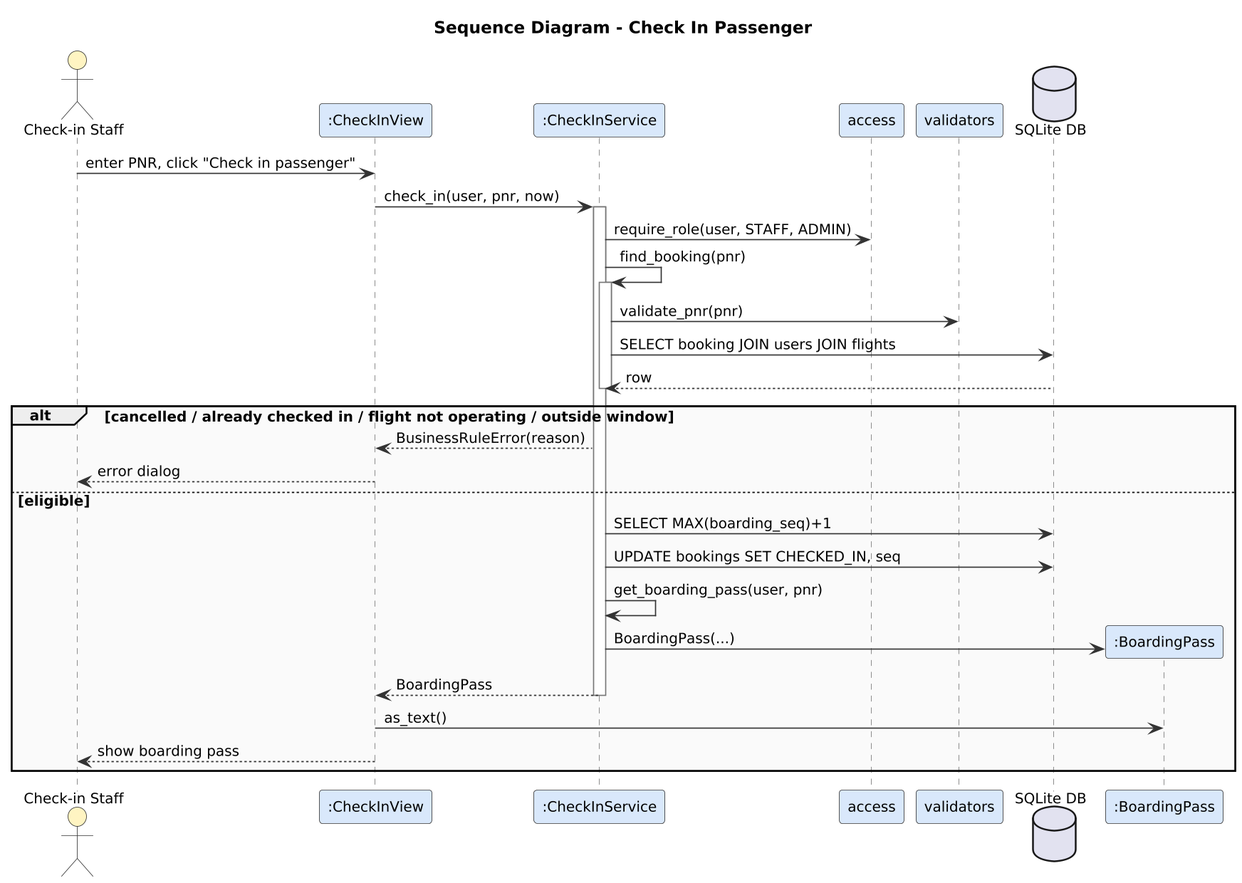
praksingh-2702/AirportMS keeps this PlantUML diagram as docs/uml/sequence_checkin.png. Above is the earlier version.
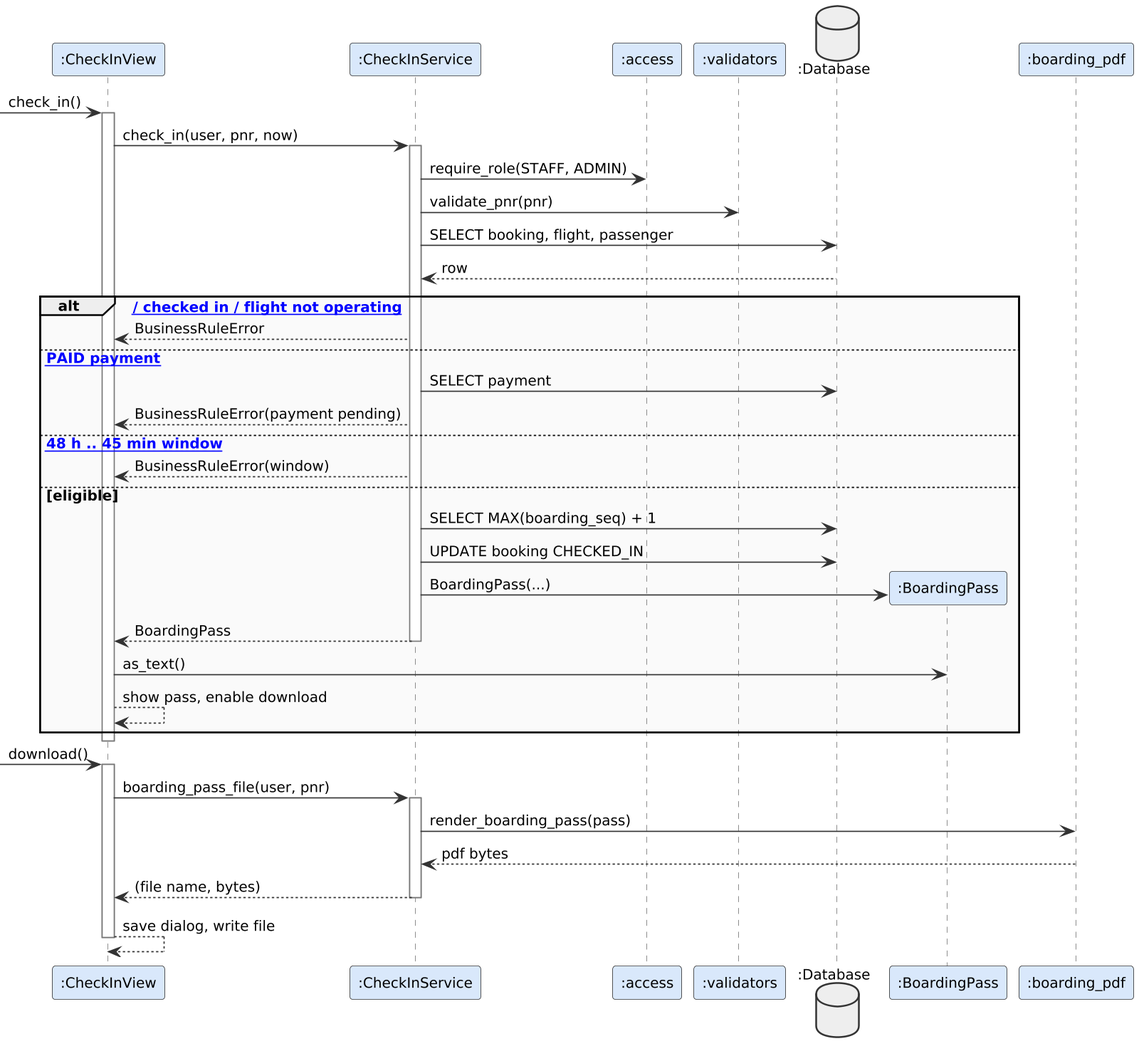
Above is the later version.

Diff of the diagram source:
```diff
@@ -1,34 +1,45 @@
 @startuml
 !include _style.iuml
-title Sequence Diagram - Check In Passenger
-actor "Check-in Staff" as Staff
 participant ":CheckInView" as CV
 participant ":CheckInService" as CS
-participant "access" as AC
-participant "validators" as V
-database "SQLite DB" as DB
+participant ":access" as AC
+participant ":validators" as V
+database ":Database" as DB
 participant ":BoardingPass" as BP
-Staff -> CV : enter PNR, click "Check in passenger"
+participant ":boarding_pdf" as PDF
+[-> CV : check_in()
+activate CV
 CV -> CS : check_in(user, pnr, now)
 activate CS
-CS -> AC : require_role(user, STAFF, ADMIN)
-CS -> CS : find_booking(pnr)
-activate CS
+CS -> AC : require_role(STAFF, ADMIN)
 CS -> V : validate_pnr(pnr)
-CS -> DB : SELECT booking JOIN users JOIN flights
+CS -> DB : SELECT booking, flight, passenger
 DB --> CS : row
-deactivate CS
-alt cancelled / already checked in / flight not operating / outside window
-  CS --> CV : BusinessRuleError(reason)
-  CV --> Staff : error dialog
+alt [cancelled / checked in / flight not operating]
+  CS --> CV : BusinessRuleError
+else [no PAID payment]
+  CS -> DB : SELECT payment
+  CS --> CV : BusinessRuleError(payment pending)
+else [outside 48 h .. 45 min window]
+  CS --> CV : BusinessRuleError(window)
 else eligible
-  CS -> DB : SELECT MAX(boarding_seq)+1
-  CS -> DB : UPDATE bookings SET CHECKED_IN, seq
-  CS -> CS : get_boarding_pass(user, pnr)
+  CS -> DB : SELECT MAX(boarding_seq) + 1
+  CS -> DB : UPDATE booking CHECKED_IN
   CS -> BP ** : BoardingPass(...)
   CS --> CV : BoardingPass
   deactivate CS
   CV -> BP : as_text()
-  CV --> Staff : show boarding pass
+  CV --> CV : show pass, enable download
 end
+deactivate CV
+[-> CV : download()
+activate CV
+CV -> CS : boarding_pass_file(user, pnr)
+activate CS
+CS -> PDF : render_boarding_pass(pass)
+PDF --> CS : pdf bytes
+CS --> CV : (file name, bytes)
+deactivate CS
+CV --> CV : save dialog, write file
+deactivate CV
 @enduml
```
